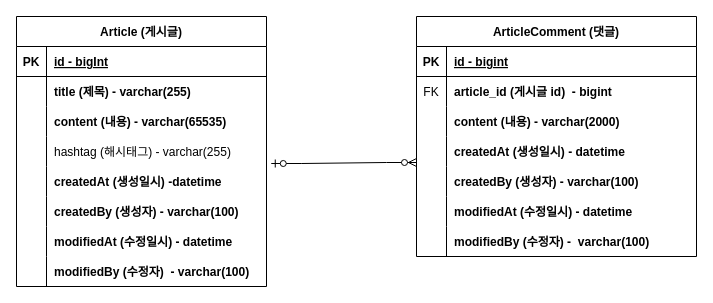
Above: part_02/fastcampus-project-board/document/project-board-erd.drawio in NaStillmatic/JavaSpring (draw.io), before the change. Source tidied: cells renumbered, new cells numbered last; positions are measured from the earlier drawing's top-left corner, leaving out a move shared by most shapes. Both pictures are drawn from the tidied source at 100%, with x=0, y=0 at pixel (16, 16).
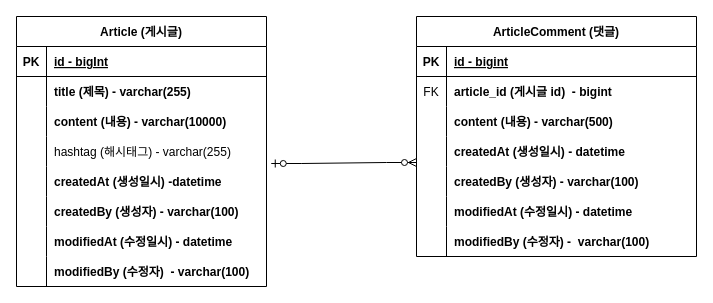
The same diagram, later.

Commit message:
#10 - erd 업데이트: content 사이즈 변경

The change refers to these unchanged cells:
```xml
<mxCell id="9" style="shape=partialRectangle;fillColor=none;top=0;left=0;right=0;bottom=0;" parent="2" vertex="1">
  <mxGeometry y="90" width="250" height="30" as="geometry" />
</mxCell>
<mxCell id="34" style="shape=partialRectangle;fillColor=none;top=0;left=0;right=0;bottom=0;" parent="27" vertex="1">
  <mxGeometry y="90" width="280" height="30" as="geometry" />
</mxCell>
```

Diff of the diagram source:
```diff
@@
-    <mxCell id="11" value="content (내용) - varchar(65535)" style="shape=partialRectangle;overflow=hidden;fillColor=none;top=0;left=0;bottom=0;right=0;align=left;spacingLeft=6;fontStyle=1;" parent="9" vertex="1">
+    <mxCell id="11" value="content (내용) - varchar(10000)" style="shape=partialRectangle;overflow=hidden;fillColor=none;top=0;left=0;bottom=0;right=0;align=left;spacingLeft=6;fontStyle=1;" parent="9" vertex="1">
       <mxGeometry x="30" width="220" height="30" as="geometry" />
     </mxCell>
@@
-    <mxCell id="36" value="content (내용) - varchar(2000)" style="shape=partialRectangle;overflow=hidden;fillColor=none;top=0;left=0;bottom=0;right=0;align=left;spacingLeft=6;fontStyle=1;" parent="34" vertex="1">
+    <mxCell id="36" value="content (내용) - varchar(500)" style="shape=partialRectangle;overflow=hidden;fillColor=none;top=0;left=0;bottom=0;right=0;align=left;spacingLeft=6;fontStyle=1;" parent="34" vertex="1">
       <mxGeometry x="30" width="250" height="30" as="geometry" />
     </mxCell>
```
